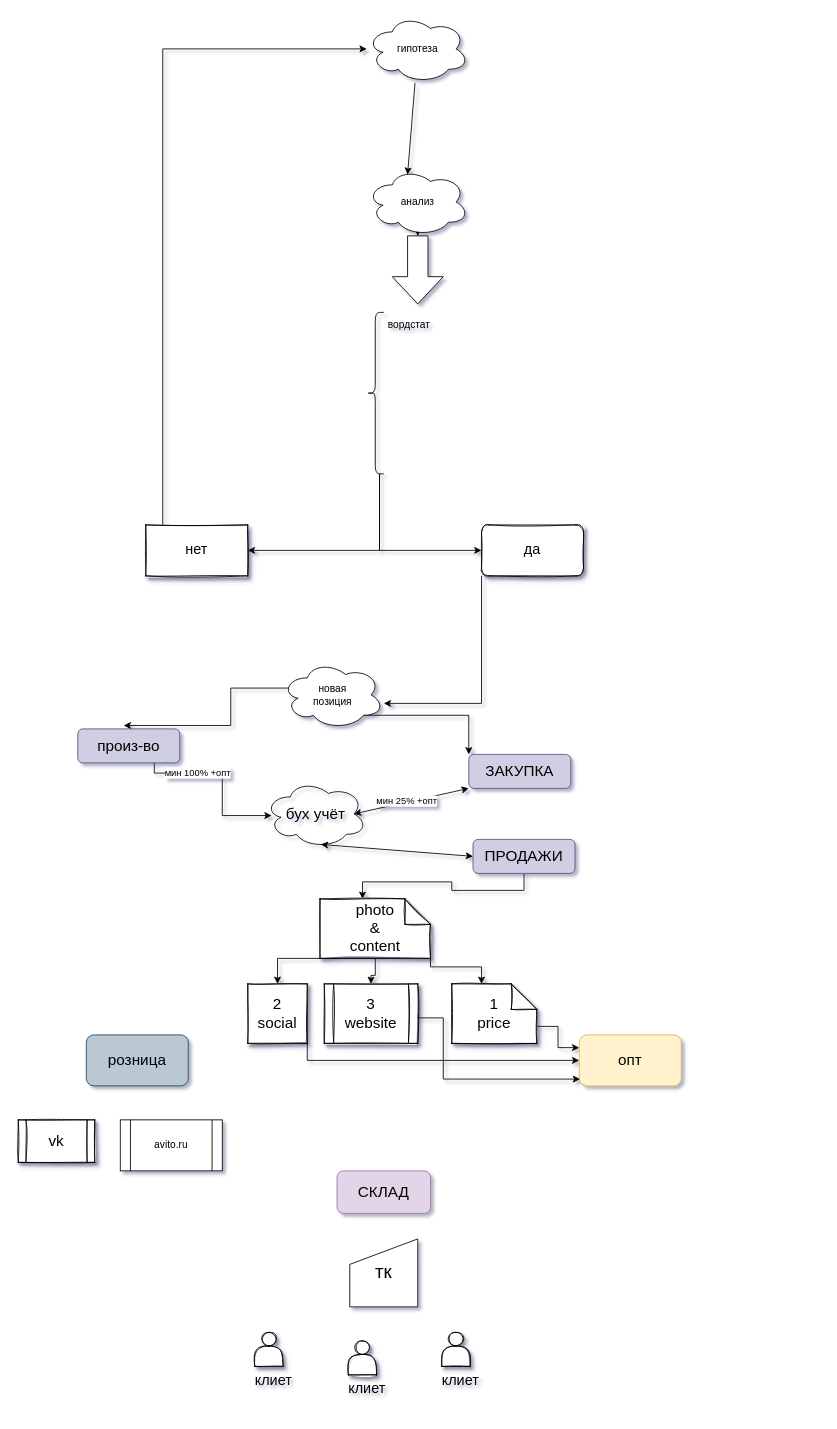
Above: Untitled Diagram.drawio in m11nic89co/ecom.net.ru (draw.io), before the change. Source tidied: cells renumbered, new cells numbered last; positions are measured from the earlier drawing's top-left corner, leaving out a move shared by most shapes. Both pictures are drawn from the tidied source at 85%, with x=0, y=0 at pixel (18, 14).
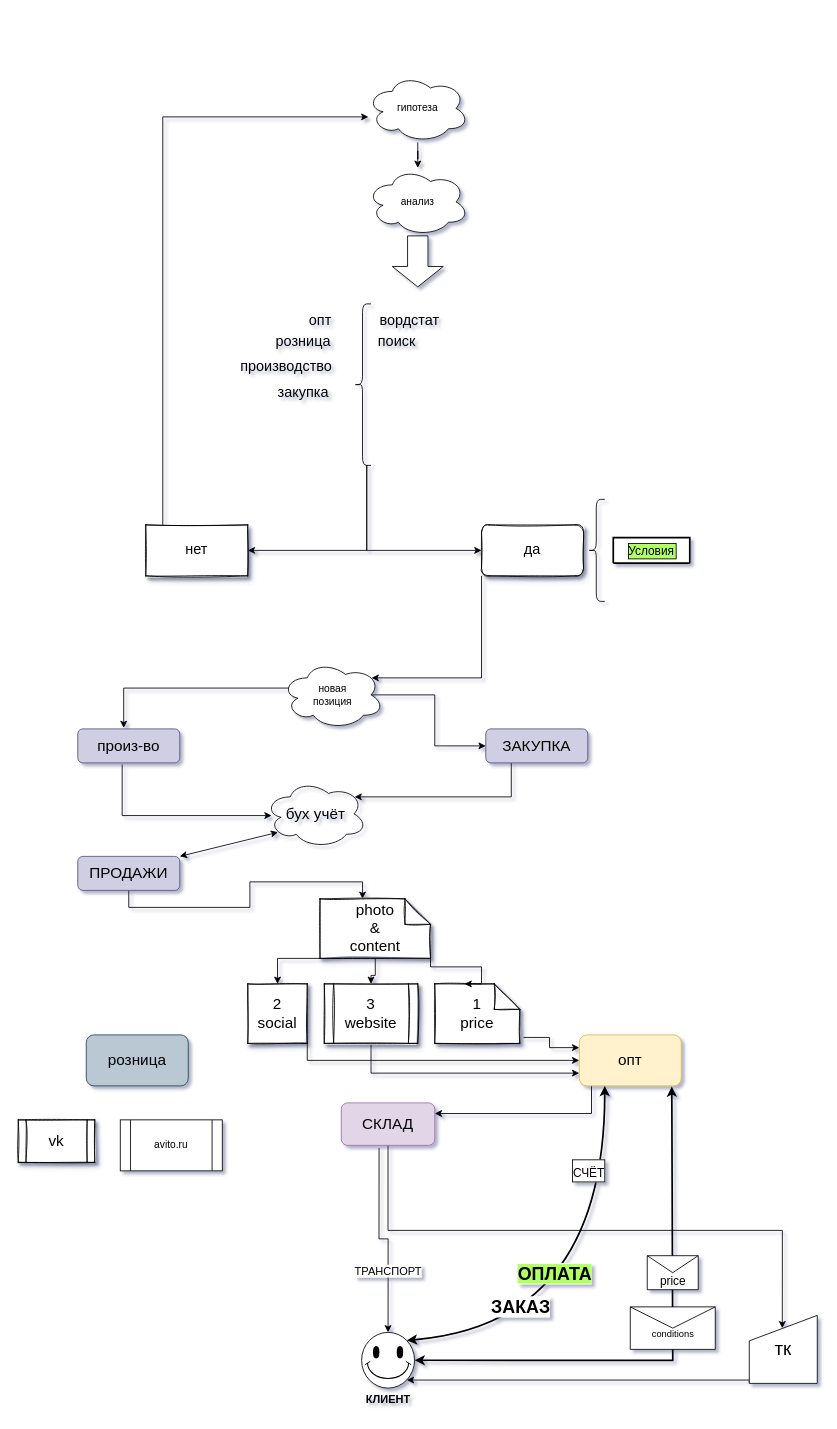
The same page after the edit.

Unchanged cells that the change refers to:
```xml
<mxCell id="2" value="&lt;font style=&quot;font-size: 18px;&quot;&gt;&lt;font style=&quot;font-size: 18px;&quot;&gt;опт&lt;/font&gt;&lt;/font&gt;" style="rounded=1;whiteSpace=wrap;html=1;fillColor=#fff2cc;strokeColor=#d6b656;shadow=0;" parent="1" vertex="1">
  <mxGeometry x="660" y="1200" width="120" height="60" as="geometry" />
</mxCell>
<mxCell id="4" value="бух учёт" style="ellipse;shape=cloud;whiteSpace=wrap;html=1;shadow=0;fontSize=18;fillColor=none;" parent="1" vertex="1">
  <mxGeometry x="290" y="900" width="120" height="80" as="geometry" />
</mxCell>
<mxCell id="17" value="3&lt;br&gt;website" style="shape=process;whiteSpace=wrap;html=1;backgroundOutline=1;shadow=1;sketch=1;fontSize=18;" parent="1" vertex="1">
  <mxGeometry x="360" y="1140" width="110" height="70" as="geometry" />
</mxCell>
<mxCell id="26" value="новая&lt;br&gt;позиция" style="ellipse;shape=cloud;whiteSpace=wrap;html=1;" parent="1" vertex="1">
  <mxGeometry x="310" y="760" width="120" height="80" as="geometry" />
</mxCell>
<mxCell id="28" value="анализ" style="ellipse;shape=cloud;whiteSpace=wrap;html=1;" parent="1" vertex="1">
  <mxGeometry x="410" y="180" width="120" height="80" as="geometry" />
</mxCell>
<mxCell id="31" value="произ-во" style="rounded=1;whiteSpace=wrap;html=1;shadow=0;fontSize=18;fillColor=#d0cee2;strokeColor=#56517e;" parent="1" vertex="1">
  <mxGeometry x="70" y="840" width="120" height="40" as="geometry" />
</mxCell>
<mxCell id="49" value="нет" style="rounded=0;whiteSpace=wrap;html=1;shadow=1;sketch=1;fontSize=17;gradientColor=none;" parent="1" vertex="1">
  <mxGeometry x="150" y="600" width="120" height="60" as="geometry" />
</mxCell>
<mxCell id="51" value="да" style="rounded=1;whiteSpace=wrap;html=1;shadow=1;sketch=1;fontSize=17;gradientColor=none;" parent="1" vertex="1">
  <mxGeometry x="545" y="600" width="120" height="60" as="geometry" />
</mxCell>
```

The edit, as a diff of the source:
```diff
@@
+    <mxCell id="53" style="edgeStyle=orthogonalEdgeStyle;rounded=0;jettySize=auto;html=1;exitX=0.12;exitY=0.994;exitDx=0;exitDy=0;entryX=1;entryY=0.25;entryDx=0;entryDy=0;fontSize=21;exitPerimeter=0;" parent="1" edge="1" source="2" target="3">
+      <mxGeometry relative="1" as="geometry" />
+    </mxCell>
@@
+    <mxCell id="54" style="edgeStyle=orthogonalEdgeStyle;rounded=0;jettySize=auto;html=1;exitX=0.5;exitY=1;exitDx=0;exitDy=0;entryX=0.486;entryY=0.19;entryDx=0;entryDy=0;entryPerimeter=0;fontSize=21;" parent="1" edge="1" source="3" target="38">
+      <mxGeometry relative="1" as="geometry" />
+    </mxCell>
+    <mxCell id="55" style="edgeStyle=orthogonalEdgeStyle;rounded=0;jettySize=auto;html=1;exitX=0.404;exitY=1.06;exitDx=0;exitDy=0;entryX=0.5;entryY=0;entryDx=0;entryDy=0;fontSize=21;exitPerimeter=0;entryPerimeter=0;" parent="1" edge="1" source="3" target="71">
+      <mxGeometry relative="1" as="geometry" />
+    </mxCell>
+    <mxCell id="56" value="ТРАНСПОРТ" style="edgeLabel;html=1;align=center;verticalAlign=middle;fontSize=13;" parent="55" vertex="1">
+      <mxGeometry x="0.36" y="-1" relative="1" as="geometry" />
+    </mxCell>
     <mxCell id="3" value="СКЛАД" style="rounded=1;whiteSpace=wrap;html=1;shadow=0;fontSize=18;fillColor=#e1d5e7;strokeColor=#9673a6;" parent="1" vertex="1">
-      <mxGeometry x="375" y="1360" width="110" height="50" as="geometry" />
+      <mxGeometry x="380" y="1280" width="110" height="50" as="geometry" />
     </mxCell>
@@
     <mxCell id="7" value="ПРОДАЖИ" style="rounded=1;whiteSpace=wrap;html=1;shadow=0;fontSize=18;fillColor=#d0cee2;strokeColor=#56517e;" parent="1" vertex="1">
-      <mxGeometry x="535" y="970" width="120" height="40" as="geometry" />
+      <mxGeometry x="70" y="990" width="120" height="40" as="geometry" />
     </mxCell>
-    <mxCell id="8" style="edgeStyle=orthogonalEdgeStyle;rounded=0;jettySize=auto;html=1;exitX=0;exitY=0;exitDx=90;exitDy=50;exitPerimeter=0;entryX=0;entryY=0.25;entryDx=0;entryDy=0;" parent="1" edge="1" source="9" target="2">
+    <mxCell id="8" style="edgeStyle=orthogonalEdgeStyle;rounded=0;jettySize=auto;html=1;exitX=1.044;exitY=0.9;exitDx=0;exitDy=0;exitPerimeter=0;entryX=0;entryY=0.25;entryDx=0;entryDy=0;" parent="1" edge="1" source="9" target="2">
       <mxGeometry relative="1" as="geometry" />
     </mxCell>
     <mxCell id="9" value="1&lt;br&gt;price" style="shape=note;whiteSpace=wrap;html=1;backgroundOutline=1;darkOpacity=0.05;shadow=1;fontSize=18;sketch=1;" parent="1" vertex="1">
-      <mxGeometry x="510" y="1140" width="100" height="70" as="geometry" />
+      <mxGeometry x="490" y="1140" width="100" height="70" as="geometry" />
     </mxCell>
@@
+    <mxCell id="22" style="edgeStyle=orthogonalEdgeStyle;rounded=0;jettySize=auto;html=1;exitX=0.25;exitY=1;exitDx=0;exitDy=0;entryX=0.88;entryY=0.25;entryDx=0;entryDy=0;entryPerimeter=0;fontSize=17;" parent="1" edge="1" source="11" target="4">
+      <mxGeometry relative="1" as="geometry">
+        <Array as="points">
+          <mxPoint x="580" y="920" />
+        </Array>
+      </mxGeometry>
+    </mxCell>
     <mxCell id="11" value="ЗАКУПКА" style="rounded=1;whiteSpace=wrap;html=1;shadow=0;fontSize=18;fillColor=#d0cee2;strokeColor=#56517e;" parent="1" vertex="1">
-      <mxGeometry x="530" y="870" width="120" height="40" as="geometry" />
+      <mxGeometry x="550" y="840" width="120" height="40" as="geometry" />
     </mxCell>
@@
-    <mxCell id="16" style="edgeStyle=orthogonalEdgeStyle;rounded=0;jettySize=auto;html=1;exitX=1;exitY=0.5;exitDx=0;exitDy=0;fontSize=18;entryX=0.008;entryY=0.867;entryDx=0;entryDy=0;entryPerimeter=0;" parent="1" edge="1" source="17" target="2">
-      <mxGeometry relative="1" as="geometry">
-        <Array as="points">
-          <mxPoint x="500" y="1180" />
-          <mxPoint x="500" y="1252" />
-        </Array>
-      </mxGeometry>
+    <mxCell id="16" style="edgeStyle=orthogonalEdgeStyle;rounded=0;jettySize=auto;html=1;exitX=0.5;exitY=1;exitDx=0;exitDy=0;entryX=0;entryY=0.75;entryDx=0;entryDy=0;fontSize=21;" parent="1" edge="1" source="17" target="2">
+      <mxGeometry relative="1" as="geometry" />
     </mxCell>
@@
-    <mxCell id="21" style="endArrow=classic;startArrow=classic;html=1;rounded=0;entryX=0.55;entryY=0.95;entryDx=0;entryDy=0;entryPerimeter=0;exitX=0;exitY=0.5;exitDx=0;exitDy=0;" parent="1" edge="1" source="7" target="4">
+    <mxCell id="21" style="endArrow=classic;startArrow=classic;html=1;rounded=0;entryX=0.13;entryY=0.77;entryDx=0;entryDy=0;entryPerimeter=0;exitX=1;exitY=0;exitDx=0;exitDy=0;" parent="1" edge="1" source="7" target="4">
       <mxGeometry relative="1" as="geometry" />
     </mxCell>
-    <mxCell id="22" style="endArrow=classic;startArrow=classic;html=1;rounded=0;entryX=0.875;entryY=0.5;entryDx=0;entryDy=0;entryPerimeter=0;exitX=0;exitY=1;exitDx=0;exitDy=0;" parent="1" edge="1" source="11" target="4">
-      <mxGeometry relative="1" as="geometry" />
-    </mxCell>
-    <mxCell id="23" value="мин 25% +опт" style="edgeLabel;html=1;align=center;verticalAlign=middle;" parent="22" vertex="1">
-      <mxGeometry x="0.08" y="-2" relative="1" as="geometry" />
-    </mxCell>
+    <mxCell id="25" style="edgeStyle=orthogonalEdgeStyle;rounded=0;jettySize=auto;html=1;exitX=0.07;exitY=0.4;exitDx=0;exitDy=0;exitPerimeter=0;entryX=0.45;entryY=-0.025;entryDx=0;entryDy=0;entryPerimeter=0;" parent="1" edge="1" source="26" target="31">
+      <mxGeometry relative="1" as="geometry" />
+    </mxCell>
-    <mxCell id="24" style="edgeStyle=orthogonalEdgeStyle;rounded=0;jettySize=auto;html=1;exitX=0.8;exitY=0.8;exitDx=0;exitDy=0;exitPerimeter=0;entryX=0;entryY=0;entryDx=0;entryDy=0;" parent="1" edge="1" source="26" target="11">
+    <mxCell id="24" style="edgeStyle=orthogonalEdgeStyle;rounded=0;jettySize=auto;html=1;exitX=0.875;exitY=0.5;exitDx=0;exitDy=0;exitPerimeter=0;entryX=0;entryY=0.5;entryDx=0;entryDy=0;fontSize=21;" parent="1" edge="1" source="26" target="11">
       <mxGeometry relative="1" as="geometry" />
     </mxCell>
-    <mxCell id="25" style="edgeStyle=orthogonalEdgeStyle;rounded=0;jettySize=auto;html=1;exitX=0.07;exitY=0.4;exitDx=0;exitDy=0;exitPerimeter=0;entryX=0.45;entryY=-0.1;entryDx=0;entryDy=0;entryPerimeter=0;" parent="1" edge="1" source="26" target="31">
-      <mxGeometry relative="1" as="geometry" />
-    </mxCell>
@@
-    <mxCell id="27" style="edgeStyle=orthogonalEdgeStyle;rounded=0;jettySize=auto;html=1;fontSize=17;" parent="1" edge="1" source="28" target="52">
-      <mxGeometry relative="1" as="geometry" />
-    </mxCell>
@@
-    <mxCell id="29" style="edgeStyle=orthogonalEdgeStyle;rounded=0;jettySize=auto;html=1;exitX=0.75;exitY=1;exitDx=0;exitDy=0;entryX=0.067;entryY=0.525;entryDx=0;entryDy=0;entryPerimeter=0;" parent="1" edge="1" source="31" target="4">
+    <mxCell id="29" style="edgeStyle=orthogonalEdgeStyle;rounded=0;jettySize=auto;html=1;exitX=0.435;exitY=1.047;exitDx=0;exitDy=0;entryX=0.067;entryY=0.525;entryDx=0;entryDy=0;entryPerimeter=0;exitPerimeter=0;" parent="1" edge="1" source="31" target="4">
       <mxGeometry relative="1" as="geometry">
         <Array as="points">
-          <mxPoint x="240" y="892" />
+          <mxPoint x="122" y="942" />
         </Array>
       </mxGeometry>
     </mxCell>
-    <mxCell id="30" value="мин 100% +опт" style="edgeLabel;html=1;align=center;verticalAlign=middle;" parent="29" vertex="1">
-      <mxGeometry x="-0.38" y="1" relative="1" as="geometry" />
-    </mxCell>
@@
     <mxCell id="34" style="shape=curlyBracket;whiteSpace=wrap;html=1;rounded=1;" parent="1" vertex="1">
-      <mxGeometry x="410" y="350" width="20" height="190" as="geometry" />
+      <mxGeometry x="395" y="340" width="20" height="190" as="geometry" />
     </mxCell>
-    <mxCell id="35" value="вордстат" style="text;html=1;strokeColor=none;fillColor=none;align=center;verticalAlign=middle;whiteSpace=wrap;rounded=0;" parent="1" vertex="1">
-      <mxGeometry x="430" y="350" width="60" height="30" as="geometry" />
-    </mxCell>
+    <mxCell id="37" style="edgeStyle=orthogonalEdgeStyle;rounded=0;jettySize=auto;html=1;fontSize=17;" parent="1" edge="1" source="36" target="28">
+      <mxGeometry relative="1" as="geometry" />
+    </mxCell>
     <mxCell id="36" value="гипотеза" style="ellipse;shape=cloud;whiteSpace=wrap;html=1;" parent="1" vertex="1">
-      <mxGeometry x="410" width="120" height="80" as="geometry" />
+      <mxGeometry x="410" y="70" width="120" height="80" as="geometry" />
     </mxCell>
-    <mxCell id="37" style="endArrow=classic;html=1;rounded=0;entryX=0.4;entryY=0.1;entryDx=0;entryDy=0;entryPerimeter=0;" parent="1" edge="1" source="36" target="28">
-      <mxGeometry relative="1" as="geometry" />
-    </mxCell>
+    <mxCell id="57" style="edgeStyle=orthogonalEdgeStyle;rounded=0;jettySize=auto;html=1;exitX=0;exitY=1;exitDx=0;exitDy=0;entryX=0.855;entryY=0.855;entryDx=0;entryDy=0;entryPerimeter=0;fontSize=13;" parent="1" edge="1" source="38" target="71">
+      <mxGeometry relative="1" as="geometry">
+        <Array as="points">
+          <mxPoint x="860" y="1606" />
+        </Array>
+      </mxGeometry>
+    </mxCell>
     <mxCell id="38" value="тк" style="shape=manualInput;whiteSpace=wrap;html=1;fontSize=22;" parent="1" vertex="1">
-      <mxGeometry x="390" y="1440" width="80" height="80" as="geometry" />
+      <mxGeometry x="860" y="1530" width="80" height="80" as="geometry" />
     </mxCell>
-    <mxCell id="39" style="group;" parent="1" vertex="1">
-      <mxGeometry x="270" y="1550" width="50" height="60" as="geometry" />
-    </mxCell>
-    <mxCell id="40" style="shape=actor;whiteSpace=wrap;html=1;shadow=1;sketch=1;fontSize=22;gradientColor=none;" parent="39" vertex="1">
-      <mxGeometry x="8.3" width="33.3" height="40" as="geometry" />
-    </mxCell>
-    <mxCell id="41" value="&lt;font style=&quot;font-size: 17px; line-height: 1;&quot;&gt;клиет&lt;/font&gt;" style="text;html=1;align=center;verticalAlign=middle;strokeColor=none;fillColor=none;fontSize=22;" parent="39" vertex="1">
-      <mxGeometry y="40" width="60" height="30" as="geometry" />
-    </mxCell>
-    <mxCell id="42" style="group;" parent="1" vertex="1">
-      <mxGeometry x="380" y="1560" width="50" height="60" as="geometry" />
-    </mxCell>
-    <mxCell id="43" style="shape=actor;whiteSpace=wrap;html=1;shadow=1;sketch=1;fontSize=22;gradientColor=none;" parent="42" vertex="1">
-      <mxGeometry x="8.3" width="33.3" height="40" as="geometry" />
-    </mxCell>
-    <mxCell id="44" value="&lt;font style=&quot;font-size: 17px; line-height: 1;&quot;&gt;клиет&lt;/font&gt;" style="text;html=1;align=center;verticalAlign=middle;strokeColor=none;fillColor=none;fontSize=22;" parent="42" vertex="1">
-      <mxGeometry y="40" width="60" height="30" as="geometry" />
-    </mxCell>
-    <mxCell id="45" style="group;" parent="1" vertex="1">
-      <mxGeometry x="490" y="1550" width="50" height="60" as="geometry" />
-    </mxCell>
-    <mxCell id="46" style="shape=actor;whiteSpace=wrap;html=1;shadow=1;sketch=1;fontSize=22;gradientColor=none;" parent="45" vertex="1">
-      <mxGeometry x="8.3" width="33.3" height="40" as="geometry" />
-    </mxCell>
-    <mxCell id="47" value="&lt;font style=&quot;font-size: 17px; line-height: 1;&quot;&gt;клиет&lt;/font&gt;" style="text;html=1;align=center;verticalAlign=middle;strokeColor=none;fillColor=none;fontSize=22;" parent="45" vertex="1">
-      <mxGeometry y="40" width="60" height="30" as="geometry" />
-    </mxCell>
     <mxCell id="48" style="edgeStyle=orthogonalEdgeStyle;rounded=0;jettySize=auto;html=1;fontSize=17;" parent="1" edge="1" source="49" target="36">
       <mxGeometry relative="1" as="geometry">
         <Array as="points">
-          <mxPoint x="170" y="40" />
+          <mxPoint x="170" y="120" />
         </Array>
       </mxGeometry>
     </mxCell>
@@
-    <mxCell id="50" style="edgeStyle=orthogonalEdgeStyle;rounded=0;jettySize=auto;html=1;exitX=0;exitY=1;exitDx=0;exitDy=0;entryX=1;entryY=0.625;entryDx=0;entryDy=0;entryPerimeter=0;fontSize=17;" parent="1" edge="1" source="51" target="26">
-      <mxGeometry relative="1" as="geometry" />
+    <mxCell id="50" style="edgeStyle=orthogonalEdgeStyle;rounded=0;jettySize=auto;html=1;exitX=0;exitY=1;exitDx=0;exitDy=0;entryX=0.88;entryY=0.25;entryDx=0;entryDy=0;entryPerimeter=0;fontSize=17;" parent="1" edge="1" source="51" target="26">
+      <mxGeometry relative="1" as="geometry">
+        <Array as="points">
+          <mxPoint x="545" y="780" />
+        </Array>
+      </mxGeometry>
     </mxCell>
@@
-    <mxCell id="52" style="shape=singleArrow;whiteSpace=wrap;html=1;arrowWidth=0.4;arrowSize=0.4;rotation=90;" parent="1" vertex="1">
-      <mxGeometry x="430" y="270" width="80" height="60" as="geometry" />
-    </mxCell>
+    <mxCell id="58" style="shape=singleArrow;whiteSpace=wrap;html=1;arrowWidth=0.4;arrowSize=0.4;rotation=90;" parent="1" vertex="1">
+      <mxGeometry x="440" y="260" width="60" height="60" as="geometry" />
+    </mxCell>
+    <mxCell id="35" value="вордстат" style="text;html=1;align=center;verticalAlign=middle;strokeColor=none;fillColor=none;fontSize=17;" parent="1" vertex="1">
+      <mxGeometry x="415" y="345" width="90" height="30" as="geometry" />
+    </mxCell>
+    <mxCell id="59" value="опт" style="text;html=1;align=center;verticalAlign=middle;strokeColor=none;fillColor=none;fontSize=17;rounded=0;shadow=0;sketch=0;" parent="1" vertex="1">
+      <mxGeometry x="335" y="345" width="40" height="30" as="geometry" />
+    </mxCell>
+    <mxCell id="60" value="розница" style="text;html=1;align=center;verticalAlign=middle;strokeColor=none;fillColor=none;fontSize=17;" parent="1" vertex="1">
+      <mxGeometry x="295" y="370" width="80" height="30" as="geometry" />
+    </mxCell>
+    <mxCell id="61" value="производство" style="text;html=1;align=center;verticalAlign=middle;strokeColor=none;fillColor=none;fontSize=17;" parent="1" vertex="1">
+      <mxGeometry x="250" y="400" width="130" height="30" as="geometry" />
+    </mxCell>
+    <mxCell id="62" value="закупка" style="text;html=1;align=center;verticalAlign=middle;strokeColor=none;fillColor=none;fontSize=17;" parent="1" vertex="1">
+      <mxGeometry x="295" y="430" width="80" height="30" as="geometry" />
+    </mxCell>
+    <mxCell id="63" value="поиск" style="text;html=1;align=center;verticalAlign=middle;strokeColor=none;fillColor=none;fontSize=17;" parent="1" vertex="1">
+      <mxGeometry x="415" y="370" width="60" height="30" as="geometry" />
+    </mxCell>
+    <mxCell id="64" style="endArrow=classic;html=1;rounded=0;fontSize=11;exitX=0.907;exitY=1.013;exitDx=0;exitDy=0;exitPerimeter=0;entryX=1;entryY=0.5;entryDx=0;entryDy=0;entryPerimeter=0;startArrow=classic;startFill=1;strokeWidth=2;" parent="1" edge="1" source="2" target="71">
+      <mxGeometry relative="1" as="geometry">
+        <Array as="points">
+          <mxPoint x="770" y="1583" />
+        </Array>
+      </mxGeometry>
+    </mxCell>
+    <mxCell id="65" style="shape=message;html=1;rounded=0;shadow=0;sketch=0;fontSize=11;gradientColor=none;" parent="64" vertex="1">
+      <mxGeometry width="60" height="40" relative="1" as="geometry">
+        <mxPoint x="-30" y="-114" as="offset" />
+      </mxGeometry>
+    </mxCell>
+    <mxCell id="66" value="price" style="edgeLabel;html=1;align=center;verticalAlign=middle;fontSize=14;" parent="64" vertex="1">
+      <mxGeometry x="-0.11" y="-2" relative="1" as="geometry">
+        <mxPoint x="2" y="-50" as="offset" />
+      </mxGeometry>
+    </mxCell>
+    <mxCell id="67" style="endArrow=classic;html=1;fontSize=11;entryX=0.25;entryY=1;entryDx=0;entryDy=0;exitX=0.855;exitY=0.145;exitDx=0;exitDy=0;exitPerimeter=0;curved=1;strokeColor=default;strokeWidth=2;startArrow=classic;startFill=1;" parent="1" edge="1" source="71" target="2">
+      <mxGeometry relative="1" as="geometry">
+        <Array as="points">
+          <mxPoint x="690" y="1540" />
+        </Array>
+      </mxGeometry>
+    </mxCell>
+    <mxCell id="68" value="ЗАКАЗ" style="edgeLabel;html=1;align=center;verticalAlign=middle;rounded=0;shadow=0;sketch=0;fontSize=21;gradientColor=none;fontStyle=1;labelBackgroundColor=#FFFFFF;" parent="67" vertex="1">
+      <mxGeometry relative="1" as="geometry">
+        <mxPoint x="-100" y="3" as="offset" />
+      </mxGeometry>
+    </mxCell>
+    <mxCell id="69" value="&lt;font style=&quot;font-size: 14px;&quot;&gt;СЧЁТ&lt;/font&gt;" style="edgeLabel;html=1;align=center;verticalAlign=middle;fontSize=21;labelBorderColor=default;spacingTop=0;spacing=3;horizontal=1;spacingLeft=0;" parent="67" vertex="1">
+      <mxGeometry x="0.5" y="13" relative="1" as="geometry">
+        <mxPoint x="-7" y="-29" as="offset" />
+      </mxGeometry>
+    </mxCell>
+    <mxCell id="70" style="group;" parent="1" vertex="1">
+      <mxGeometry x="400" y="1550" width="70" height="90" as="geometry" />
+    </mxCell>
+    <mxCell id="71" style="verticalLabelPosition=bottom;verticalAlign=top;html=1;shape=mxgraph.basic.smiley;rounded=0;shadow=0;sketch=0;fontSize=11;gradientColor=none;" parent="70" vertex="1">
+      <mxGeometry x="3.9" width="62.3" height="65.6" as="geometry" />
+    </mxCell>
+    <mxCell id="72" value="&lt;b&gt;&lt;font style=&quot;font-size: 13px;&quot;&gt;КЛИЕНТ&lt;/font&gt;&lt;/b&gt;" style="text;html=1;align=center;verticalAlign=middle;strokeColor=none;fillColor=none;fontSize=21;" parent="70" vertex="1">
+      <mxGeometry y="60" width="70" height="30" as="geometry" />
+    </mxCell>
+    <mxCell id="73" value="&lt;span style=&quot;background-color: rgb(179, 255, 102);&quot;&gt;ОПЛАТА&lt;/span&gt;" style="edgeLabel;html=1;align=center;verticalAlign=middle;rounded=0;shadow=0;sketch=0;fontSize=21;gradientColor=none;fontStyle=1;labelBackgroundColor=#FFFFFF;" parent="1" vertex="1">
+      <mxGeometry x="630" y="1480" as="geometry" />
+    </mxCell>
+    <mxCell id="74" value="&lt;br&gt;conditions" style="shape=message;html=1;rounded=0;shadow=0;sketch=0;fontSize=11;gradientColor=none;" parent="1" vertex="1">
+      <mxGeometry x="720" y="1520" width="100" height="50" as="geometry" />
+    </mxCell>
+    <mxCell id="75" style="shape=curlyBracket;whiteSpace=wrap;html=1;rounded=1;shadow=0;labelBackgroundColor=#B3FF66;labelBorderColor=default;sketch=0;fontSize=14;gradientColor=none;size=0.5;" parent="1" vertex="1">
+      <mxGeometry x="670" y="570" width="20" height="120" as="geometry" />
+    </mxCell>
+    <mxCell id="76" value="Условия" style="swimlane;horizontal=1;startSize=30;rounded=1;fontSize=14;fontStyle=0;strokeWidth=2;shadow=0;dashed=0;align=center;labelBackgroundColor=#B3FF66;labelBorderColor=default;sketch=0;gradientColor=none;" parent="1" vertex="1" collapsed="1">
+      <mxGeometry x="700" y="615" width="90" height="30" as="geometry" />
+    </mxCell>
```
